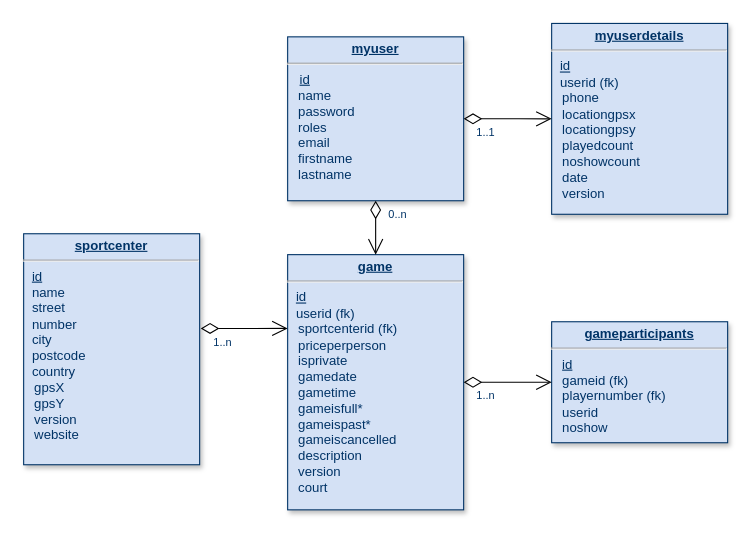
Before: dbs schema.drawio in dicaros/BVapp, a draw.io diagram. Source tidied: cells renumbered, new cells numbered last; positions are measured from the earlier drawing's top-left corner, leaving out a move shared by most shapes. Both pictures are drawn from the tidied source at 110%, with x=0, y=0 at pixel (23, 23).
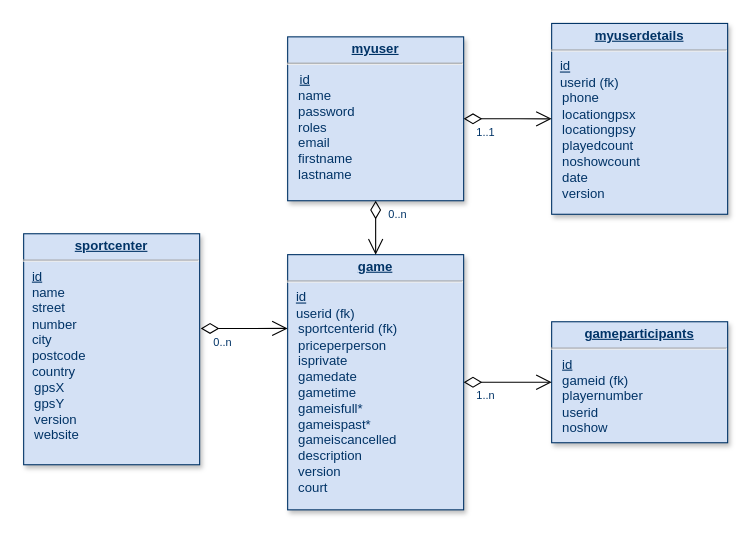
The same page after the edit.

Change to the diagram source:
```diff
@@
 <mxGraphModel background="#ffffff">
   <root>
     <mxCell id="0" />
     <mxCell id="1" parent="0" />
     <mxCell id="2" value="&lt;p style=&quot;margin: 0px ; margin-top: 4px ; text-align: center ; text-decoration: underline&quot;&gt;&lt;strong&gt;game&lt;/strong&gt;&lt;/p&gt;&lt;hr&gt;&lt;p style=&quot;margin: 0px ; margin-left: 8px&quot;&gt;&lt;u&gt;id&lt;/u&gt;&lt;br&gt;&lt;/p&gt;&lt;p style=&quot;margin: 0px ; margin-left: 8px&quot;&gt;userid (fk)&lt;br&gt;&lt;/p&gt;&lt;div&gt;&amp;nbsp;&amp;nbsp; sportcenterid (fk)&lt;br&gt;&lt;/div&gt;&lt;div&gt;&amp;nbsp;&amp;nbsp; priceperperson&lt;br&gt;&lt;/div&gt;&lt;div&gt;&amp;nbsp;&amp;nbsp; isprivate&lt;/div&gt;&lt;div&gt;&amp;nbsp;&amp;nbsp; gamedate&lt;/div&gt;&lt;div&gt;&amp;nbsp;&amp;nbsp; gametime&lt;/div&gt;&lt;div&gt;&amp;nbsp;&amp;nbsp; gameisfull*&lt;/div&gt;&lt;div&gt;&amp;nbsp;&amp;nbsp; gameispast*&lt;/div&gt;&lt;div&gt;&amp;nbsp;&amp;nbsp; gameiscancelled&lt;br&gt;&lt;/div&gt;&lt;div&gt;&amp;nbsp;&amp;nbsp; description&lt;/div&gt;&lt;div&gt;&amp;nbsp;&amp;nbsp; version&lt;/div&gt;&lt;div&gt;&amp;nbsp;&amp;nbsp; court&lt;br&gt;&lt;/div&gt;&lt;div&gt;&amp;nbsp;&amp;nbsp; &lt;br&gt;&lt;/div&gt;" style="verticalAlign=top;align=left;overflow=fill;fontSize=12;fontFamily=Helvetica;html=1;strokeColor=#003366;shadow=1;fillColor=#D4E1F5;fontColor=#003366;" parent="1" vertex="1">
       <mxGeometry x="240" y="210" width="160" height="232" as="geometry" />
     </mxCell>
     <mxCell id="3" value="&lt;p style=&quot;margin: 0px ; margin-top: 4px ; text-align: center ; text-decoration: underline&quot;&gt;&lt;strong&gt;myuser&lt;br&gt;&lt;/strong&gt;&lt;/p&gt;&lt;hr&gt;&lt;p style=&quot;margin: 0px ; margin-left: 8px&quot;&gt;&lt;i&gt;&amp;nbsp;&lt;/i&gt;&lt;u&gt;id&lt;/u&gt;&lt;/p&gt;&lt;div&gt;&amp;nbsp;&amp;nbsp; name&lt;/div&gt;&lt;div&gt;&amp;nbsp;&amp;nbsp; password&lt;br&gt;&lt;/div&gt;&lt;div&gt;&amp;nbsp;&amp;nbsp; roles&lt;/div&gt;&lt;div&gt;&amp;nbsp;&amp;nbsp; email&lt;/div&gt;&lt;div&gt;&amp;nbsp;&amp;nbsp; firstname&lt;/div&gt;&lt;div&gt;&amp;nbsp;&amp;nbsp; lastname&lt;br&gt;&lt;/div&gt;" style="verticalAlign=top;align=left;overflow=fill;fontSize=12;fontFamily=Helvetica;html=1;strokeColor=#003366;shadow=1;fillColor=#D4E1F5;fontColor=#003366;" parent="1" vertex="1">
       <mxGeometry x="240" y="12" width="160" height="149" as="geometry" />
     </mxCell>
     <mxCell id="4" style="endArrow=open;endSize=12;startArrow=diamondThin;startSize=14;startFill=0;edgeStyle=orthogonalEdgeStyle;" parent="1" edge="1" source="3" target="2">
       <mxGeometry x="19" y="368" as="geometry" />
     </mxCell>
     <mxCell id="5" value="0..n" style="align=left;verticalAlign=top;labelBackgroundColor=#ffffff;fontSize=10;strokeColor=#003366;shadow=1;fillColor=#D4E1F5;fontColor=#003366;" parent="4" vertex="1">
       <mxGeometry x="-1" relative="1" as="geometry">
         <mxPoint x="10" as="offset" />
       </mxGeometry>
     </mxCell>
-    <mxCell id="6" value="&lt;p style=&quot;margin: 0px ; margin-top: 4px ; text-align: center ; text-decoration: underline&quot;&gt;&lt;strong&gt;gameparticipants&lt;/strong&gt;&lt;/p&gt;&lt;hr&gt;&lt;div&gt;&amp;nbsp;&amp;nbsp; &lt;u&gt;id&lt;br&gt;&lt;/u&gt;&lt;/div&gt;&lt;div&gt;&amp;nbsp;&amp;nbsp; gameid (fk)&lt;u&gt;&lt;br&gt;&lt;/u&gt;&lt;/div&gt;&lt;div&gt;&amp;nbsp;&amp;nbsp; playernumber (fk)&lt;u&gt;&lt;br&gt;&lt;/u&gt;&lt;/div&gt;&lt;div&gt;&amp;nbsp;&amp;nbsp; userid&lt;/div&gt;&lt;div&gt;&amp;nbsp;&amp;nbsp; noshow&lt;br&gt;&lt;/div&gt;&lt;div&gt;&amp;nbsp;&amp;nbsp; &lt;br&gt;&lt;/div&gt;" style="verticalAlign=top;align=left;overflow=fill;fontSize=12;fontFamily=Helvetica;html=1;strokeColor=#003366;shadow=1;fillColor=#D4E1F5;fontColor=#003366;" parent="1" vertex="1">
+    <mxCell id="6" value="&lt;p style=&quot;margin: 0px ; margin-top: 4px ; text-align: center ; text-decoration: underline&quot;&gt;&lt;strong&gt;gameparticipants&lt;/strong&gt;&lt;/p&gt;&lt;hr&gt;&lt;div&gt;&amp;nbsp;&amp;nbsp; &lt;u&gt;id&lt;br&gt;&lt;/u&gt;&lt;/div&gt;&lt;div&gt;&amp;nbsp;&amp;nbsp; gameid (fk)&lt;u&gt;&lt;br&gt;&lt;/u&gt;&lt;/div&gt;&lt;div&gt;&amp;nbsp;&amp;nbsp; playernumber&lt;u&gt;&lt;br&gt;&lt;/u&gt;&lt;/div&gt;&lt;div&gt;&amp;nbsp;&amp;nbsp; userid&lt;/div&gt;&lt;div&gt;&amp;nbsp;&amp;nbsp; noshow&lt;br&gt;&lt;/div&gt;&lt;div&gt;&amp;nbsp;&amp;nbsp; &lt;br&gt;&lt;/div&gt;" style="verticalAlign=top;align=left;overflow=fill;fontSize=12;fontFamily=Helvetica;html=1;strokeColor=#003366;shadow=1;fillColor=#D4E1F5;fontColor=#003366;" parent="1" vertex="1">
       <mxGeometry x="480" y="271" width="160" height="110" as="geometry" />
     </mxCell>
     <mxCell id="7" style="endArrow=open;endSize=12;startArrow=diamondThin;startSize=14;startFill=0;edgeStyle=orthogonalEdgeStyle;entryX=0;entryY=0.5;entryDx=0;entryDy=0;exitX=1;exitY=0.5;exitDx=0;exitDy=0;" parent="1" edge="1" source="2" target="6">
       <mxGeometry x="29" y="378" as="geometry" />
     </mxCell>
     <mxCell id="8" value="1..n" style="align=left;verticalAlign=top;labelBackgroundColor=#ffffff;fontSize=10;strokeColor=#003366;shadow=1;fillColor=#D4E1F5;fontColor=#003366;" parent="7" vertex="1">
       <mxGeometry x="-1" relative="1" as="geometry">
         <mxPoint x="10" as="offset" />
       </mxGeometry>
     </mxCell>
     <mxCell id="9" value="&lt;p style=&quot;margin: 0px ; margin-top: 4px ; text-align: center ; text-decoration: underline&quot;&gt;&lt;strong&gt;sportcenter&lt;/strong&gt;&lt;/p&gt;&lt;hr&gt;&lt;p style=&quot;margin: 0px ; margin-left: 8px&quot;&gt;&lt;u&gt;id&lt;/u&gt;&lt;/p&gt;&lt;p style=&quot;margin: 0px ; margin-left: 8px&quot;&gt;name&lt;/p&gt;&lt;p style=&quot;margin: 0px ; margin-left: 8px&quot;&gt;street&lt;/p&gt;&lt;p style=&quot;margin: 0px ; margin-left: 8px&quot;&gt;number&lt;br&gt;&lt;/p&gt;&lt;p style=&quot;margin: 0px ; margin-left: 8px&quot;&gt;city&lt;/p&gt;&lt;p style=&quot;margin: 0px ; margin-left: 8px&quot;&gt;postcode&lt;/p&gt;&lt;p style=&quot;margin: 0px ; margin-left: 8px&quot;&gt;country&lt;br&gt;&lt;/p&gt;&amp;nbsp;&amp;nbsp; gpsX&lt;div&gt;&amp;nbsp;&amp;nbsp; gpsY&lt;/div&gt;&lt;div&gt;&amp;nbsp;&amp;nbsp; version&lt;/div&gt;&lt;div&gt;&amp;nbsp;&amp;nbsp; website&lt;br&gt;&lt;/div&gt;&lt;div&gt;&amp;nbsp;&amp;nbsp; &lt;br&gt;&lt;/div&gt;&lt;div&gt;&amp;nbsp;&amp;nbsp; &lt;br&gt;&lt;/div&gt;" style="verticalAlign=top;align=left;overflow=fill;fontSize=12;fontFamily=Helvetica;html=1;strokeColor=#003366;shadow=1;fillColor=#D4E1F5;fontColor=#003366;" parent="1" vertex="1">
       <mxGeometry y="191" width="160" height="210" as="geometry" />
     </mxCell>
     <mxCell id="10" value="&lt;p style=&quot;margin: 0px ; margin-top: 4px ; text-align: center ; text-decoration: underline&quot;&gt;&lt;strong&gt;myuserdetails&lt;/strong&gt;&lt;/p&gt;&lt;hr&gt;&lt;p style=&quot;margin: 0px ; margin-left: 8px&quot;&gt;&lt;u&gt;id&lt;br&gt;&lt;/u&gt;&lt;/p&gt;&lt;p style=&quot;margin: 0px ; margin-left: 8px&quot;&gt;userid (fk)&lt;br&gt;&lt;/p&gt;&amp;nbsp;&amp;nbsp; phone&lt;br&gt;&lt;div&gt;&amp;nbsp;&amp;nbsp; locationgpsx&lt;br&gt;&lt;/div&gt;&lt;div&gt;&amp;nbsp;&amp;nbsp; locationgpsy&lt;/div&gt;&lt;div&gt;&amp;nbsp;&amp;nbsp; playedcount&lt;/div&gt;&lt;div&gt;&amp;nbsp;&amp;nbsp; noshowcount&lt;/div&gt;&lt;div&gt;&amp;nbsp;&amp;nbsp; date&lt;/div&gt;&lt;div&gt;&amp;nbsp;&amp;nbsp; version&lt;br&gt;&lt;/div&gt;" style="verticalAlign=top;align=left;overflow=fill;fontSize=12;fontFamily=Helvetica;html=1;strokeColor=#003366;shadow=1;fillColor=#D4E1F5;fontColor=#003366;" parent="1" vertex="1">
       <mxGeometry x="480" y="-0.2" width="160" height="173.5" as="geometry" />
     </mxCell>
     <mxCell id="11" style="endArrow=open;endSize=12;startArrow=diamondThin;startSize=14;startFill=0;edgeStyle=orthogonalEdgeStyle;exitX=1;exitY=0.5;exitDx=0;exitDy=0;entryX=0;entryY=0.5;entryDx=0;entryDy=0;" parent="1" edge="1" source="3" target="10">
       <mxGeometry x="29" y="378" as="geometry" />
     </mxCell>
     <mxCell id="12" value="1..1" style="align=left;verticalAlign=top;labelBackgroundColor=#ffffff;fontSize=10;strokeColor=#003366;shadow=1;fillColor=#D4E1F5;fontColor=#003366;" parent="11" vertex="1">
       <mxGeometry x="-1" relative="1" as="geometry">
         <mxPoint x="10" as="offset" />
       </mxGeometry>
     </mxCell>
     <mxCell id="13" style="endArrow=open;endSize=12;startArrow=diamondThin;startSize=14;startFill=0;edgeStyle=orthogonalEdgeStyle;entryX=0;entryY=0.289;entryDx=0;entryDy=0;entryPerimeter=0;exitX=1.006;exitY=0.41;exitDx=0;exitDy=0;exitPerimeter=0;" parent="1" edge="1" source="9" target="2">
       <mxGeometry x="-180" y="364" as="geometry" />
     </mxCell>
-    <mxCell id="14" value="1..n" style="align=left;verticalAlign=top;labelBackgroundColor=#ffffff;fontSize=10;strokeColor=#003366;shadow=1;fillColor=#D4E1F5;fontColor=#003366;" parent="13" vertex="1">
+    <mxCell id="14" value="0..n" style="align=left;verticalAlign=top;labelBackgroundColor=#ffffff;fontSize=10;strokeColor=#003366;shadow=1;fillColor=#D4E1F5;fontColor=#003366;" parent="13" vertex="1">
       <mxGeometry x="-1" relative="1" as="geometry">
         <mxPoint x="10" as="offset" />
       </mxGeometry>
     </mxCell>
   </root>
 </mxGraphModel>
```
